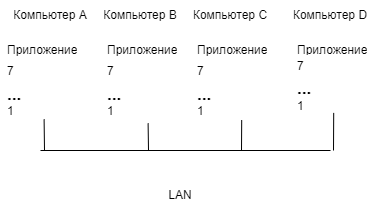
Above: Передача в LAN.png in ksinph/PSTU_LABS_2023 (draw.io), before the change. Source tidied: cells renumbered, new cells last; positions are measured from the earlier drawing's top-left corner, leaving out a move shared by most shapes. The source it was exported from:
```xml
<mxGraphModel>
  <root>
    <mxCell id="0" />
    <mxCell id="1" parent="0" />
    <mxCell id="2" style="shape=table;startSize=0;fontSize=11;fillColor=none;strokeColor=none;" parent="1" vertex="1">
      <mxGeometry y="40" width="100" height="80" as="geometry" />
    </mxCell>
    <mxCell id="3" style="shape=tableRow;horizontal=0;startSize=0;swimlaneHead=0;swimlaneBody=0;strokeColor=inherit;top=0;left=0;bottom=0;right=0;fillColor=none;fontSize=16;" parent="2" vertex="1">
      <mxGeometry width="100" height="19" as="geometry" />
    </mxCell>
    <mxCell id="4" value="Приложение" style="shape=partialRectangle;html=1;whiteSpace=wrap;strokeColor=inherit;overflow=hidden;fillColor=none;top=0;left=0;bottom=0;right=0;fontSize=12;align=left;spacingLeft=5;" parent="3" vertex="1">
      <mxGeometry width="100" height="19" as="geometry" />
    </mxCell>
    <mxCell id="5" style="shape=tableRow;horizontal=0;startSize=0;swimlaneHead=0;swimlaneBody=0;strokeColor=inherit;top=0;left=0;bottom=0;right=0;fillColor=none;fontSize=16;" parent="2" vertex="1">
      <mxGeometry y="19" width="100" height="23" as="geometry" />
    </mxCell>
    <mxCell id="6" value="7" style="shape=partialRectangle;html=1;whiteSpace=wrap;strokeColor=inherit;overflow=hidden;fillColor=none;top=0;left=0;bottom=0;right=0;fontSize=12;align=left;spacingLeft=5;" parent="5" vertex="1">
      <mxGeometry width="100" height="23" as="geometry" />
    </mxCell>
    <mxCell id="7" style="shape=tableRow;horizontal=0;startSize=0;swimlaneHead=0;swimlaneBody=0;strokeColor=inherit;top=0;left=0;bottom=0;right=0;fillColor=none;fontSize=16;" parent="2" vertex="1">
      <mxGeometry y="42" width="100" height="19" as="geometry" />
    </mxCell>
    <mxCell id="8" value="&lt;b&gt;&lt;font style=&quot;font-size: 17px;&quot;&gt;...&lt;/font&gt;&lt;/b&gt;" style="shape=partialRectangle;html=1;whiteSpace=wrap;strokeColor=inherit;overflow=hidden;fillColor=none;top=0;left=0;bottom=0;right=0;fontSize=12;align=left;spacingLeft=5;" parent="7" vertex="1">
      <mxGeometry width="100" height="19" as="geometry" />
    </mxCell>
    <mxCell id="9" style="shape=tableRow;horizontal=0;startSize=0;swimlaneHead=0;swimlaneBody=0;strokeColor=inherit;top=0;left=0;bottom=0;right=0;fillColor=none;points=[[0,0.5],[1,0.5]];portConstraint=eastwest;fontSize=16;" parent="2" vertex="1">
      <mxGeometry y="61" width="100" height="19" as="geometry" />
    </mxCell>
    <mxCell id="10" value="1&lt;div&gt;&lt;br&gt;&lt;/div&gt;" style="shape=partialRectangle;html=1;whiteSpace=wrap;strokeColor=inherit;overflow=hidden;fillColor=none;top=0;left=0;bottom=0;right=0;fontSize=12;align=left;spacingLeft=5;" parent="9" vertex="1">
      <mxGeometry width="100" height="19" as="geometry" />
    </mxCell>
    <mxCell id="11" style="shape=table;startSize=0;fontSize=11;fillColor=none;strokeColor=none;" parent="1" vertex="1">
      <mxGeometry x="100" y="40" width="100" height="80" as="geometry" />
    </mxCell>
    <mxCell id="12" style="shape=tableRow;horizontal=0;startSize=0;swimlaneHead=0;swimlaneBody=0;strokeColor=inherit;top=0;left=0;bottom=0;right=0;fillColor=none;fontSize=16;" parent="11" vertex="1">
      <mxGeometry width="100" height="19" as="geometry" />
    </mxCell>
    <mxCell id="13" value="Приложение" style="shape=partialRectangle;html=1;whiteSpace=wrap;strokeColor=inherit;overflow=hidden;fillColor=none;top=0;left=0;bottom=0;right=0;fontSize=12;align=left;spacingLeft=5;" parent="12" vertex="1">
      <mxGeometry width="100" height="19" as="geometry" />
    </mxCell>
    <mxCell id="14" style="shape=tableRow;horizontal=0;startSize=0;swimlaneHead=0;swimlaneBody=0;strokeColor=inherit;top=0;left=0;bottom=0;right=0;fillColor=none;fontSize=16;" parent="11" vertex="1">
      <mxGeometry y="19" width="100" height="23" as="geometry" />
    </mxCell>
    <mxCell id="15" value="7" style="shape=partialRectangle;html=1;whiteSpace=wrap;strokeColor=inherit;overflow=hidden;fillColor=none;top=0;left=0;bottom=0;right=0;fontSize=12;align=left;spacingLeft=5;" parent="14" vertex="1">
      <mxGeometry width="100" height="23" as="geometry" />
    </mxCell>
    <mxCell id="16" style="shape=tableRow;horizontal=0;startSize=0;swimlaneHead=0;swimlaneBody=0;strokeColor=inherit;top=0;left=0;bottom=0;right=0;fillColor=none;fontSize=16;" parent="11" vertex="1">
      <mxGeometry y="42" width="100" height="19" as="geometry" />
    </mxCell>
    <mxCell id="17" value="&lt;b&gt;&lt;font style=&quot;font-size: 17px;&quot;&gt;...&lt;/font&gt;&lt;/b&gt;" style="shape=partialRectangle;html=1;whiteSpace=wrap;strokeColor=inherit;overflow=hidden;fillColor=none;top=0;left=0;bottom=0;right=0;fontSize=12;align=left;spacingLeft=5;" parent="16" vertex="1">
      <mxGeometry width="100" height="19" as="geometry" />
    </mxCell>
    <mxCell id="18" style="shape=tableRow;horizontal=0;startSize=0;swimlaneHead=0;swimlaneBody=0;strokeColor=inherit;top=0;left=0;bottom=0;right=0;fillColor=none;points=[[0,0.5],[1,0.5]];portConstraint=eastwest;fontSize=16;" parent="11" vertex="1">
      <mxGeometry y="61" width="100" height="19" as="geometry" />
    </mxCell>
    <mxCell id="19" value="1&lt;div&gt;&lt;br&gt;&lt;/div&gt;" style="shape=partialRectangle;html=1;whiteSpace=wrap;strokeColor=inherit;overflow=hidden;fillColor=none;top=0;left=0;bottom=0;right=0;fontSize=12;align=left;spacingLeft=5;" parent="18" vertex="1">
      <mxGeometry width="100" height="19" as="geometry" />
    </mxCell>
    <mxCell id="20" style="shape=table;startSize=0;fontSize=11;fillColor=none;strokeColor=none;" parent="1" vertex="1">
      <mxGeometry x="190" y="40" width="100" height="80" as="geometry" />
    </mxCell>
    <mxCell id="21" style="shape=tableRow;horizontal=0;startSize=0;swimlaneHead=0;swimlaneBody=0;strokeColor=inherit;top=0;left=0;bottom=0;right=0;fillColor=none;fontSize=16;" parent="20" vertex="1">
      <mxGeometry width="100" height="19" as="geometry" />
    </mxCell>
    <mxCell id="22" value="Приложение" style="shape=partialRectangle;html=1;whiteSpace=wrap;strokeColor=inherit;overflow=hidden;fillColor=none;top=0;left=0;bottom=0;right=0;fontSize=12;align=left;spacingLeft=5;" parent="21" vertex="1">
      <mxGeometry width="100" height="19" as="geometry" />
    </mxCell>
    <mxCell id="23" style="shape=tableRow;horizontal=0;startSize=0;swimlaneHead=0;swimlaneBody=0;strokeColor=inherit;top=0;left=0;bottom=0;right=0;fillColor=none;fontSize=16;" parent="20" vertex="1">
      <mxGeometry y="19" width="100" height="23" as="geometry" />
    </mxCell>
    <mxCell id="24" value="7" style="shape=partialRectangle;html=1;whiteSpace=wrap;strokeColor=inherit;overflow=hidden;fillColor=none;top=0;left=0;bottom=0;right=0;fontSize=12;align=left;spacingLeft=5;" parent="23" vertex="1">
      <mxGeometry width="100" height="23" as="geometry" />
    </mxCell>
    <mxCell id="25" style="shape=tableRow;horizontal=0;startSize=0;swimlaneHead=0;swimlaneBody=0;strokeColor=inherit;top=0;left=0;bottom=0;right=0;fillColor=none;fontSize=16;" parent="20" vertex="1">
      <mxGeometry y="42" width="100" height="19" as="geometry" />
    </mxCell>
    <mxCell id="26" value="&lt;b&gt;&lt;font style=&quot;font-size: 17px;&quot;&gt;...&lt;/font&gt;&lt;/b&gt;" style="shape=partialRectangle;html=1;whiteSpace=wrap;strokeColor=inherit;overflow=hidden;fillColor=none;top=0;left=0;bottom=0;right=0;fontSize=12;align=left;spacingLeft=5;" parent="25" vertex="1">
      <mxGeometry width="100" height="19" as="geometry" />
    </mxCell>
    <mxCell id="27" style="shape=tableRow;horizontal=0;startSize=0;swimlaneHead=0;swimlaneBody=0;strokeColor=inherit;top=0;left=0;bottom=0;right=0;fillColor=none;points=[[0,0.5],[1,0.5]];portConstraint=eastwest;fontSize=16;" parent="20" vertex="1">
      <mxGeometry y="61" width="100" height="19" as="geometry" />
    </mxCell>
    <mxCell id="28" value="1&lt;div&gt;&lt;br&gt;&lt;/div&gt;" style="shape=partialRectangle;html=1;whiteSpace=wrap;strokeColor=inherit;overflow=hidden;fillColor=none;top=0;left=0;bottom=0;right=0;fontSize=12;align=left;spacingLeft=5;" parent="27" vertex="1">
      <mxGeometry width="100" height="19" as="geometry" />
    </mxCell>
    <mxCell id="29" style="shape=table;startSize=0;fontSize=11;fillColor=none;strokeColor=none;" parent="1" vertex="1">
      <mxGeometry x="290" y="40" width="100" height="72" as="geometry" />
    </mxCell>
    <mxCell id="30" style="shape=tableRow;horizontal=0;startSize=0;swimlaneHead=0;swimlaneBody=0;strokeColor=inherit;top=0;left=0;bottom=0;right=0;fillColor=none;fontSize=16;" parent="29" vertex="1">
      <mxGeometry width="100" height="16" as="geometry" />
    </mxCell>
    <mxCell id="31" value="Приложение" style="shape=partialRectangle;html=1;whiteSpace=wrap;strokeColor=inherit;overflow=hidden;fillColor=none;top=0;left=0;bottom=0;right=0;fontSize=12;align=left;spacingLeft=5;" parent="30" vertex="1">
      <mxGeometry width="100" height="16" as="geometry" />
    </mxCell>
    <mxCell id="32" style="shape=tableRow;horizontal=0;startSize=0;swimlaneHead=0;swimlaneBody=0;strokeColor=inherit;top=0;left=0;bottom=0;right=0;fillColor=none;fontSize=16;" parent="29" vertex="1">
      <mxGeometry y="16" width="100" height="20" as="geometry" />
    </mxCell>
    <mxCell id="33" value="7" style="shape=partialRectangle;html=1;whiteSpace=wrap;strokeColor=inherit;overflow=hidden;fillColor=none;top=0;left=0;bottom=0;right=0;fontSize=12;align=left;spacingLeft=5;" parent="32" vertex="1">
      <mxGeometry width="100" height="20" as="geometry" />
    </mxCell>
    <mxCell id="34" style="shape=tableRow;horizontal=0;startSize=0;swimlaneHead=0;swimlaneBody=0;strokeColor=inherit;top=0;left=0;bottom=0;right=0;fillColor=none;fontSize=16;" parent="29" vertex="1">
      <mxGeometry y="36" width="100" height="20" as="geometry" />
    </mxCell>
    <mxCell id="35" value="&lt;b&gt;&lt;font style=&quot;font-size: 17px;&quot;&gt;...&lt;/font&gt;&lt;/b&gt;" style="shape=partialRectangle;html=1;whiteSpace=wrap;strokeColor=inherit;overflow=hidden;fillColor=none;top=0;left=0;bottom=0;right=0;fontSize=12;align=left;spacingLeft=5;" parent="34" vertex="1">
      <mxGeometry width="100" height="20" as="geometry" />
    </mxCell>
    <mxCell id="36" style="shape=tableRow;horizontal=0;startSize=0;swimlaneHead=0;swimlaneBody=0;strokeColor=inherit;top=0;left=0;bottom=0;right=0;fillColor=none;points=[[0,0.5],[1,0.5]];portConstraint=eastwest;fontSize=16;" parent="29" vertex="1">
      <mxGeometry y="56" width="100" height="16" as="geometry" />
    </mxCell>
    <mxCell id="37" value="1&lt;div&gt;&lt;br&gt;&lt;/div&gt;" style="shape=partialRectangle;html=1;whiteSpace=wrap;strokeColor=inherit;overflow=hidden;fillColor=none;top=0;left=0;bottom=0;right=0;fontSize=12;align=left;spacingLeft=5;" parent="36" vertex="1">
      <mxGeometry width="100" height="16" as="geometry" />
    </mxCell>
    <mxCell id="38" style="endArrow=none;html=1;rounded=0;exitX=0.436;exitY=0.937;exitDx=0;exitDy=0;exitPerimeter=0;" parent="1" edge="1" source="9">
      <mxGeometry relative="1" as="geometry">
        <mxPoint x="44" y="150" as="targetPoint" />
      </mxGeometry>
    </mxCell>
    <mxCell id="39" style="endArrow=none;html=1;rounded=0;entryX=0.476;entryY=1.147;entryDx=0;entryDy=0;entryPerimeter=0;" parent="1" edge="1" target="18">
      <mxGeometry relative="1" as="geometry">
        <mxPoint x="148" y="150" as="sourcePoint" />
      </mxGeometry>
    </mxCell>
    <mxCell id="40" style="endArrow=none;html=1;rounded=0;exitX=0.512;exitY=0.979;exitDx=0;exitDy=0;exitPerimeter=0;" parent="1" edge="1" source="27">
      <mxGeometry relative="1" as="geometry">
        <mxPoint x="241" y="150" as="targetPoint" />
      </mxGeometry>
    </mxCell>
    <mxCell id="41" style="endArrow=none;html=1;rounded=0;entryX=0.432;entryY=1.025;entryDx=0;entryDy=0;entryPerimeter=0;" parent="1" edge="1" target="36">
      <mxGeometry relative="1" as="geometry">
        <mxPoint x="333" y="150" as="sourcePoint" />
      </mxGeometry>
    </mxCell>
    <mxCell id="42" style="endArrow=none;html=1;rounded=0;" parent="1" edge="1">
      <mxGeometry relative="1" as="geometry">
        <mxPoint x="40" y="150" as="sourcePoint" />
        <mxPoint x="330" y="150" as="targetPoint" />
      </mxGeometry>
    </mxCell>
    <mxCell id="43" value="LAN" style="text;html=1;align=center;verticalAlign=middle;whiteSpace=wrap;rounded=0;" parent="1" vertex="1">
      <mxGeometry x="150" y="180" width="60" height="30" as="geometry" />
    </mxCell>
    <mxCell id="44" value="Компьютер A" style="text;html=1;align=center;verticalAlign=middle;whiteSpace=wrap;rounded=0;" parent="1" vertex="1">
      <mxGeometry x="10" width="80" height="30" as="geometry" />
    </mxCell>
    <mxCell id="45" value="Компьютер B" style="text;html=1;align=center;verticalAlign=middle;whiteSpace=wrap;rounded=0;" parent="1" vertex="1">
      <mxGeometry x="100" width="80" height="30" as="geometry" />
    </mxCell>
    <mxCell id="46" value="Компьютер C" style="text;html=1;align=center;verticalAlign=middle;whiteSpace=wrap;rounded=0;" parent="1" vertex="1">
      <mxGeometry x="190" width="80" height="30" as="geometry" />
    </mxCell>
    <mxCell id="47" value="Компьютер D" style="text;html=1;align=center;verticalAlign=middle;whiteSpace=wrap;rounded=0;" parent="1" vertex="1">
      <mxGeometry x="290" width="80" height="30" as="geometry" />
    </mxCell>
  </root>
</mxGraphModel>
```
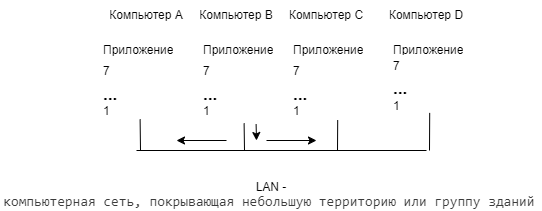
Later version of the same file.

Change to the diagram source:
```diff
@@ -136,8 +136,8 @@
         <mxPoint x="330" y="150" as="targetPoint" />
       </mxGeometry>
     </mxCell>
-    <mxCell id="43" value="LAN" style="text;html=1;align=center;verticalAlign=middle;whiteSpace=wrap;rounded=0;" parent="1" vertex="1">
-      <mxGeometry x="150" y="180" width="60" height="30" as="geometry" />
+    <mxCell id="43" value="LAN -&amp;nbsp;&lt;span style=&quot;background-color: rgb(255, 255, 255); color: rgb(59, 59, 59); font-family: Consolas, &amp;quot;Courier New&amp;quot;, monospace; font-size: 14px; white-space: pre;&quot;&gt;компьютерная сеть, покрывающая небольшую территорию или группу зданий &lt;/span&gt;" style="text;html=1;align=center;verticalAlign=middle;whiteSpace=wrap;rounded=0;" parent="1" vertex="1">
+      <mxGeometry x="140" y="180" width="70" height="30" as="geometry" />
     </mxCell>
     <mxCell id="44" value="Компьютер A" style="text;html=1;align=center;verticalAlign=middle;whiteSpace=wrap;rounded=0;" parent="1" vertex="1">
       <mxGeometry x="10" width="80" height="30" as="geometry" />
@@ -151,5 +151,22 @@
     <mxCell id="47" value="Компьютер D" style="text;html=1;align=center;verticalAlign=middle;whiteSpace=wrap;rounded=0;" parent="1" vertex="1">
       <mxGeometry x="290" width="80" height="30" as="geometry" />
     </mxCell>
+    <mxCell id="48" style="endArrow=classic;html=1;rounded=0;exitX=0.596;exitY=1.189;exitDx=0;exitDy=0;exitPerimeter=0;" parent="1" edge="1" source="18">
+      <mxGeometry relative="1" as="geometry">
+        <mxPoint x="160" y="140" as="targetPoint" />
+      </mxGeometry>
+    </mxCell>
+    <mxCell id="49" style="endArrow=classic;html=1;rounded=0;" parent="1" edge="1">
+      <mxGeometry relative="1" as="geometry">
+        <mxPoint x="170" y="140" as="sourcePoint" />
+        <mxPoint x="220" y="140" as="targetPoint" />
+      </mxGeometry>
+    </mxCell>
+    <mxCell id="50" style="endArrow=classic;html=1;rounded=0;" parent="1" edge="1">
+      <mxGeometry relative="1" as="geometry">
+        <mxPoint x="130" y="140" as="sourcePoint" />
+        <mxPoint x="80" y="140" as="targetPoint" />
+      </mxGeometry>
+    </mxCell>
   </root>
 </mxGraphModel>
```
